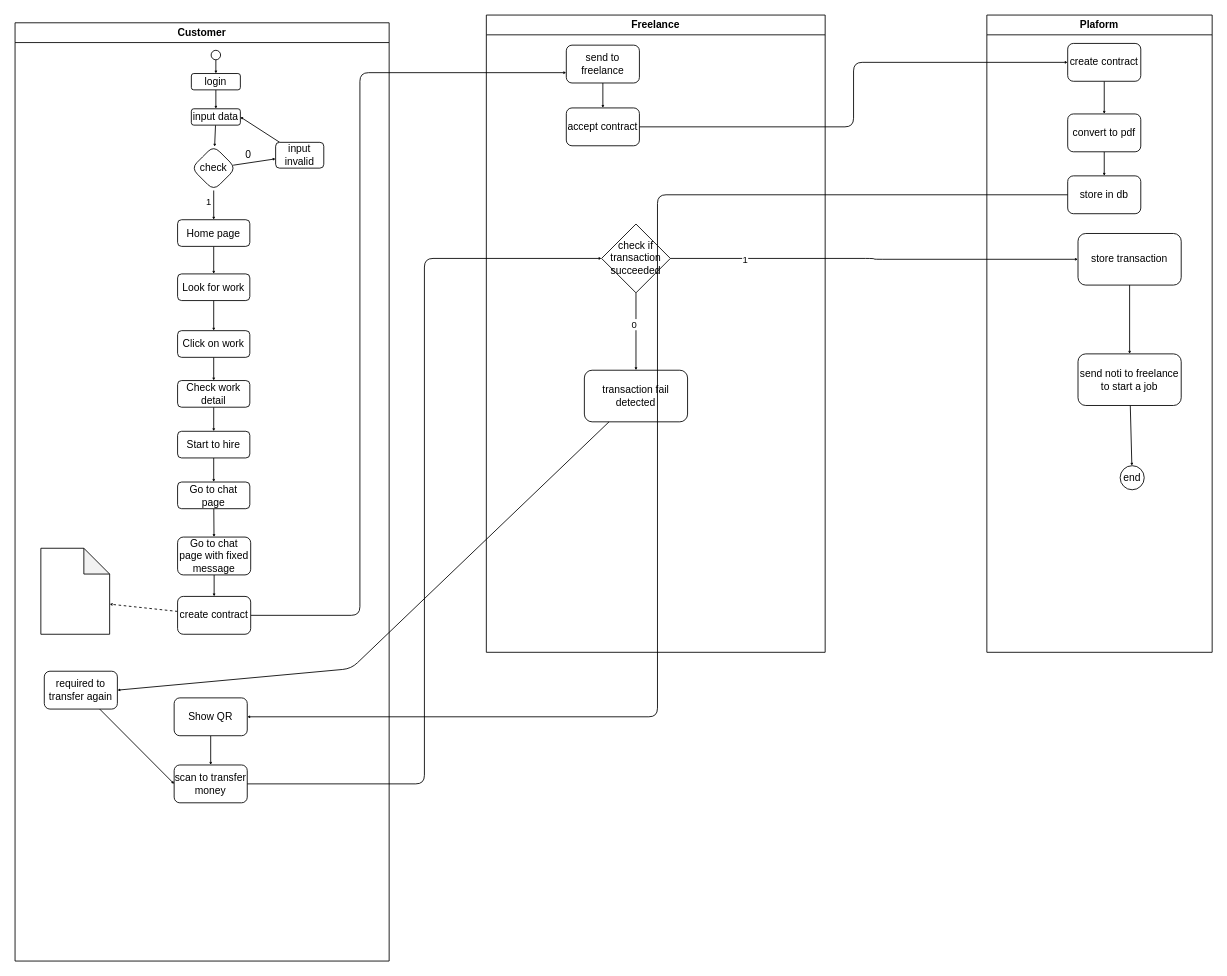
Before: page "Flow Chart" (1 of 2) of diagram.drawio in tonsisouvanh/la-freelance-app, a draw.io diagram. Source tidied: cells renumbered, new cells numbered last; positions are measured from the earlier drawing's top-left corner, leaving out a move shared by most shapes. Both pictures are drawn from the tidied source at 86%, with x=0, y=0 at pixel (15, 15).
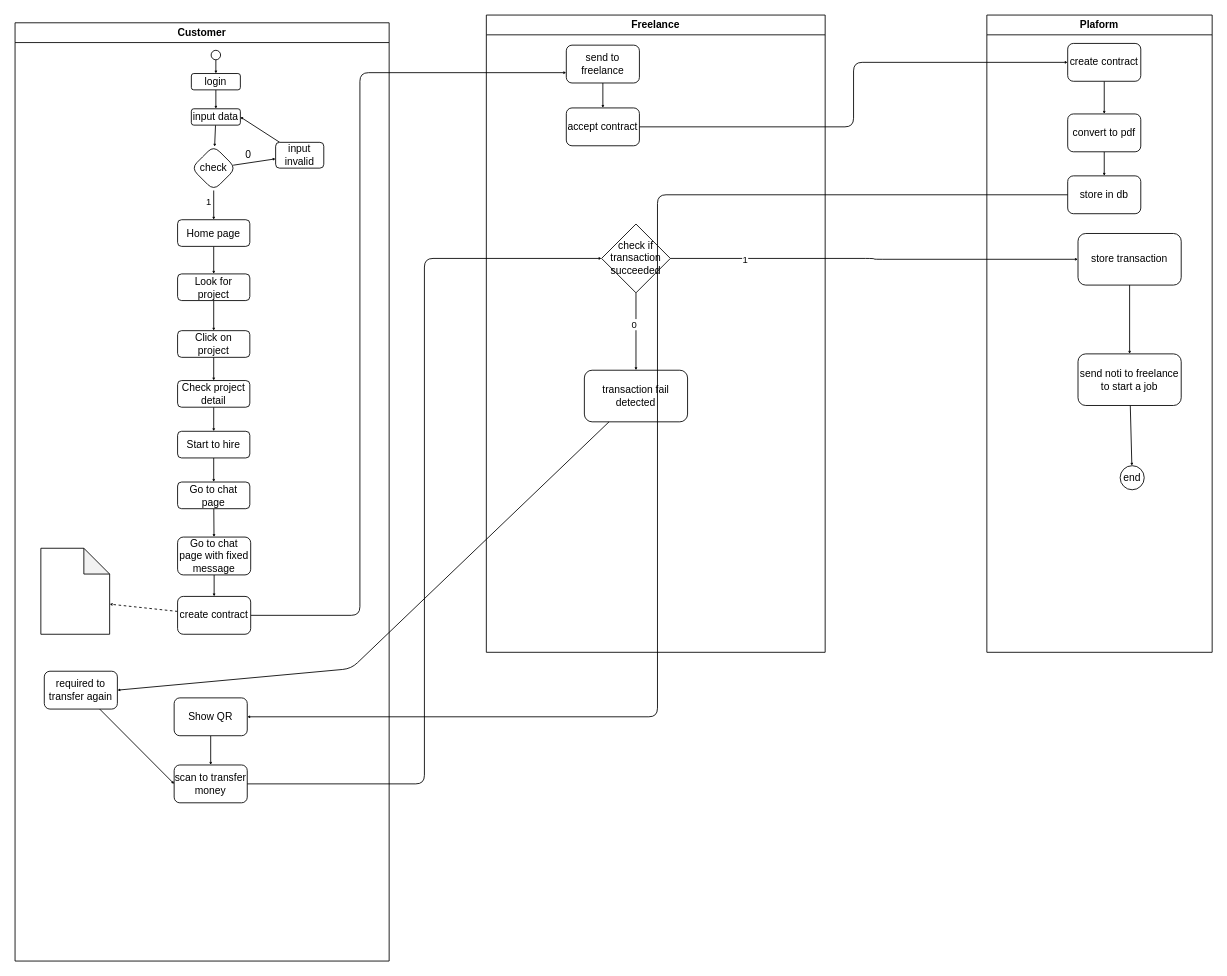
The same page after the edit.

The edit, as a diff of the source:
```diff
@@
-    <mxCell id="18" value="Look for work" style="whiteSpace=wrap;html=1;rounded=1;" parent="1" vertex="1">
+    <mxCell id="18" value="Look for project" style="whiteSpace=wrap;html=1;rounded=1;" parent="1" vertex="1">
       <mxGeometry x="189" y="301" width="84" height="31" as="geometry" />
     </mxCell>
@@
-    <mxCell id="20" value="Click on work" style="whiteSpace=wrap;html=1;rounded=1;" parent="1" vertex="1">
+    <mxCell id="20" value="Click on project" style="whiteSpace=wrap;html=1;rounded=1;" parent="1" vertex="1">
       <mxGeometry x="189" y="367" width="84" height="31" as="geometry" />
     </mxCell>
@@
-    <mxCell id="22" value="Check work detail" style="whiteSpace=wrap;html=1;rounded=1;" parent="1" vertex="1">
+    <mxCell id="22" value="Check project detail" style="whiteSpace=wrap;html=1;rounded=1;" parent="1" vertex="1">
       <mxGeometry x="189" y="425" width="84" height="31" as="geometry" />
     </mxCell>
```
